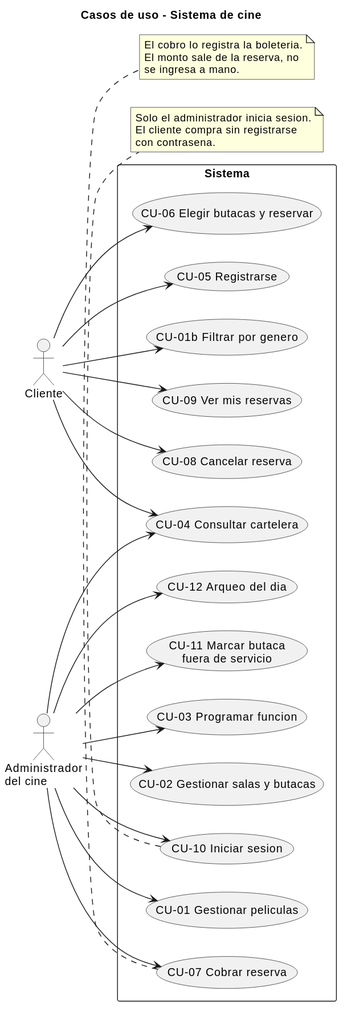
The PlantUML diagram cine-backend/docs/diagramas/casos-de-uso.svg in andreiveisuade/cine-uade, before a commit.
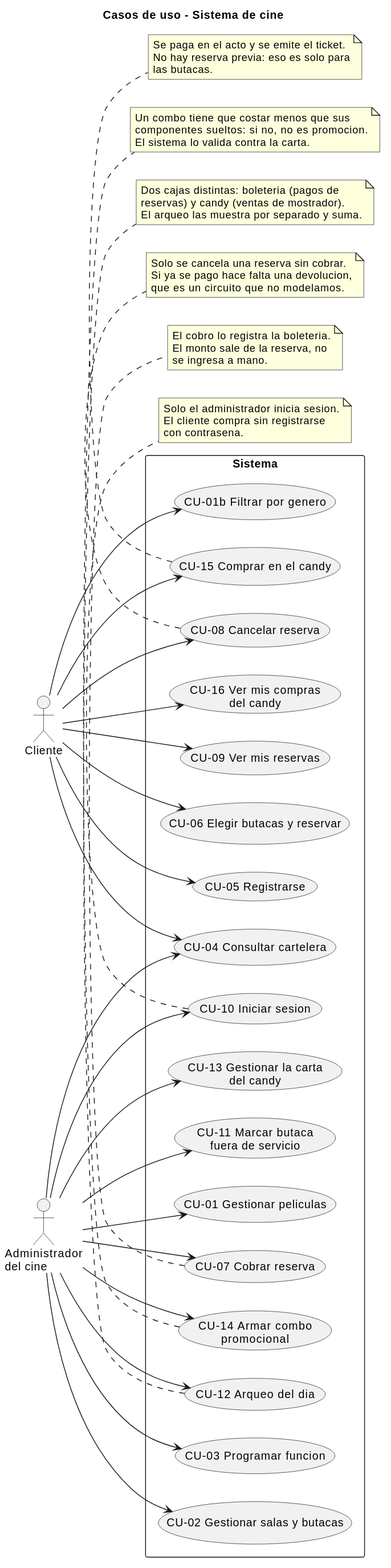
After the commit.

What changed in the source:
```diff
@@ -20,6 +20,10 @@
   usecase "CU-10 Iniciar sesion" as CU10
   usecase "CU-11 Marcar butaca\nfuera de servicio" as CU11
   usecase "CU-12 Arqueo del dia" as CU12
+  usecase "CU-13 Gestionar la carta\ndel candy" as CU13
+  usecase "CU-14 Armar combo\npromocional" as CU14
+  usecase "CU-15 Comprar en el candy" as CU15
+  usecase "CU-16 Ver mis compras\ndel candy" as CU16
 }
 
 cliente --> CU04
@@ -28,6 +32,8 @@
 cliente --> CU06
 cliente --> CU08
 cliente --> CU09
+cliente --> CU15
+cliente --> CU16
 
 admin --> CU10
 admin --> CU01
@@ -37,6 +43,8 @@
 admin --> CU11
 admin --> CU07
 admin --> CU12
+admin --> CU13
+admin --> CU14
 
 note bottom of CU10
   Solo el administrador inicia sesion.
@@ -49,4 +57,28 @@
   El monto sale de la reserva, no
   se ingresa a mano.
 end note
+
+note bottom of CU08
+  Solo se cancela una reserva sin cobrar.
+  Si ya se pago hace falta una devolucion,
+  que es un circuito que no modelamos.
+end note
+
+note bottom of CU12
+  Dos cajas distintas: boleteria (pagos de
+  reservas) y candy (ventas de mostrador).
+  El arqueo las muestra por separado y suma.
+end note
+
+note bottom of CU14
+  Un combo tiene que costar menos que sus
+  componentes sueltos: si no, no es promocion.
+  El sistema lo valida contra la carta.
+end note
+
+note bottom of CU15
+  Se paga en el acto y se emite el ticket.
+  No hay reserva previa: eso es solo para
+  las butacas.
+end note
 @enduml
```
